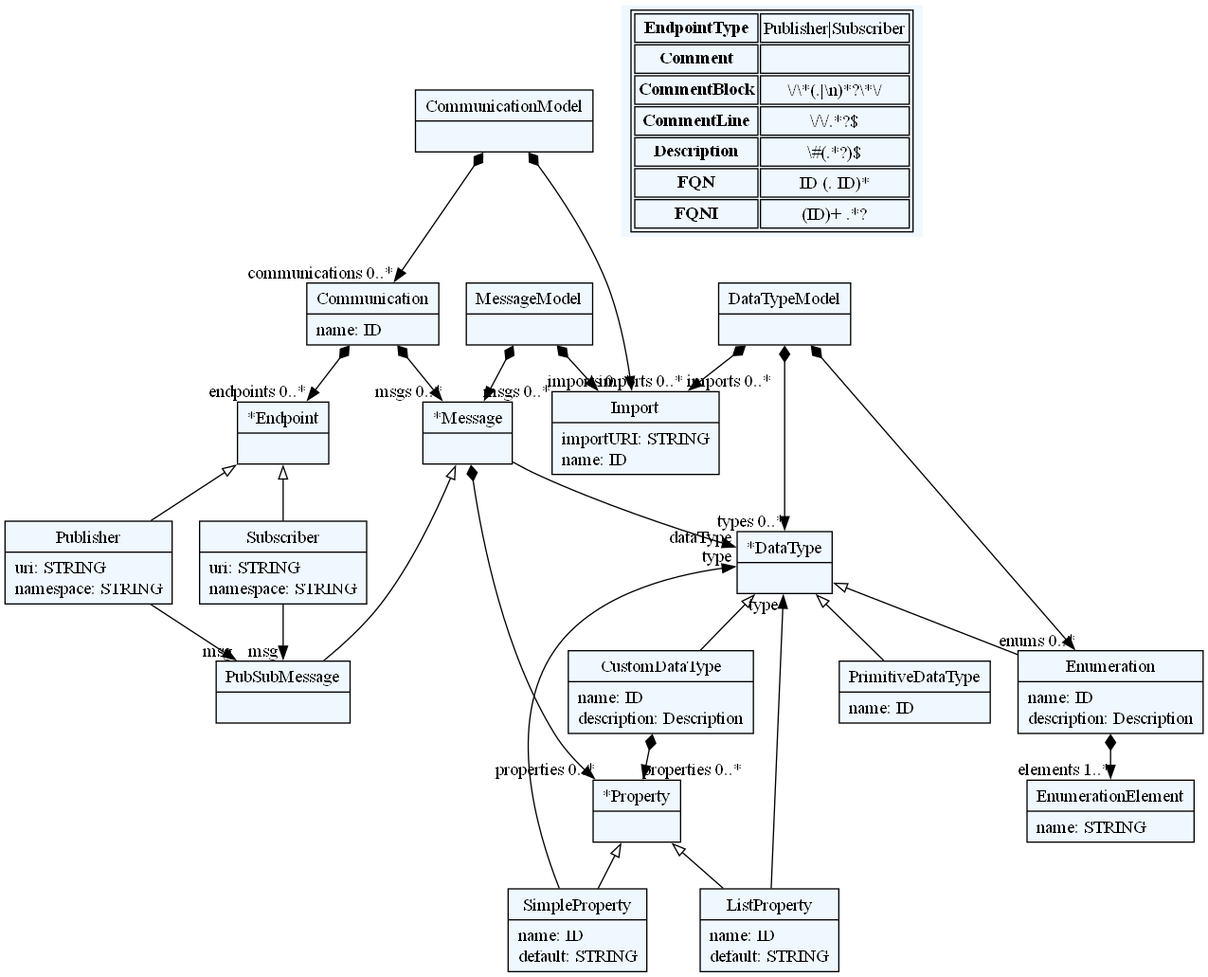
Before: omnisim/grammar/communication.dot.png, a diagram exported from Graphviz (balojohn/thesis). Its source is kept beside it as omnisim/grammar/communication.dot.
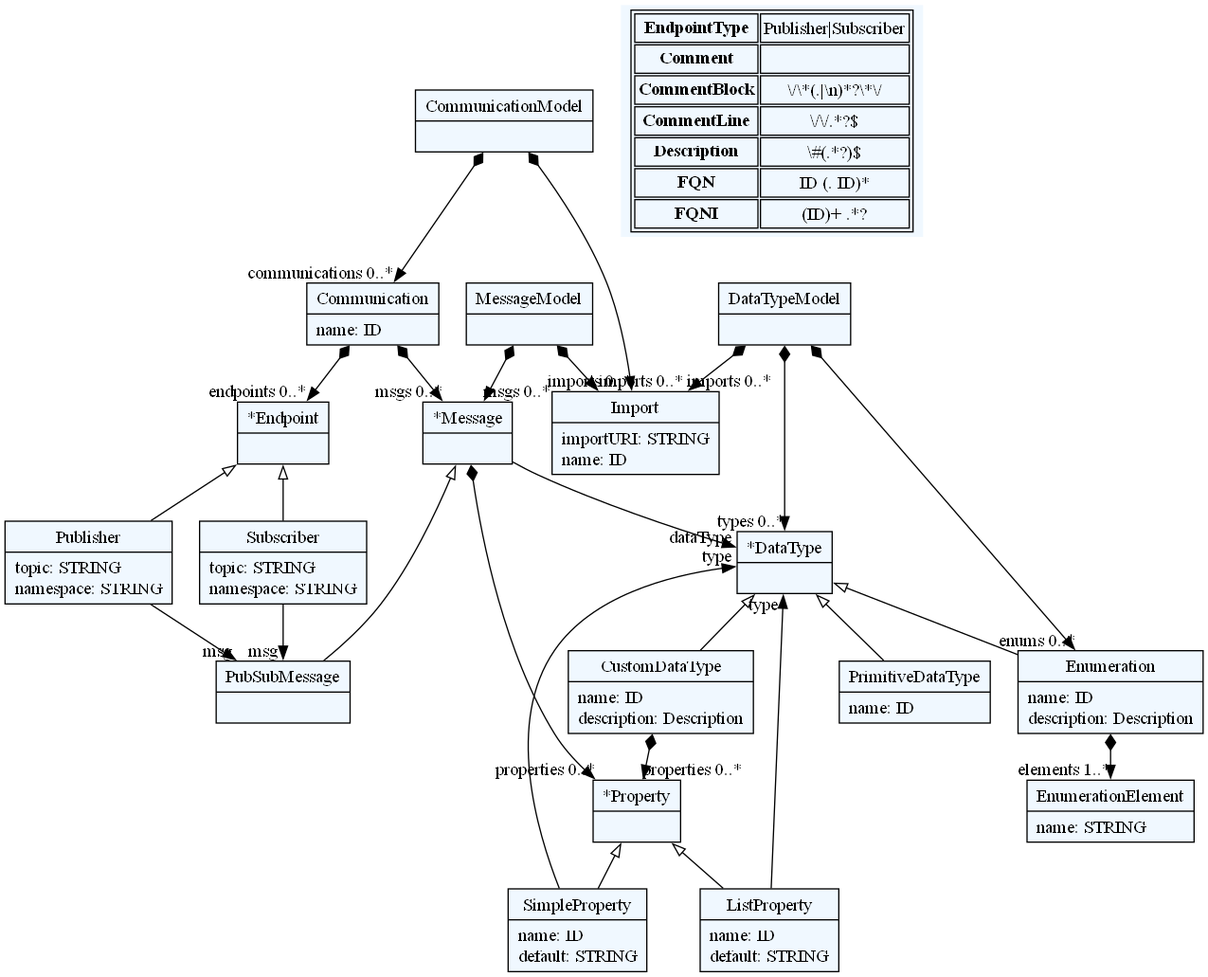
Above is the later version.

Diff of the diagram source:
```diff
@@ -10,69 +10,69 @@
     edge[dir=black,arrowtail=empty]
 
 
-2620165772960[ label="{CommunicationModel|}"]
+2199090417056[ label="{CommunicationModel|}"]
 
-2620165769648[ label="{Communication|name: ID\l}"]
+2199090421232[ label="{Communication|name: ID\l}"]
 
-2620165769120[ label="{*Endpoint|}"]
+2199090424064[ label="{*Endpoint|}"]
 
-2620165778576[ label="{Publisher|uri: STRING\lnamespace: STRING\l}"]
+2199053269184[ label="{Publisher|topic: STRING\lnamespace: STRING\l}"]
 
-2620165779296[ label="{Subscriber|uri: STRING\lnamespace: STRING\l}"]
+2199057324496[ label="{Subscriber|topic: STRING\lnamespace: STRING\l}"]
 
-2620165862176[ label="{DataTypeModel|}"]
+2199090509296[ label="{DataTypeModel|}"]
 
-2620165863232[ label="{*DataType|}"]
+2199090509104[ label="{*DataType|}"]
 
-2620165860208[ label="{CustomDataType|name: ID\ldescription: Description\l}"]
+2199090508288[ label="{CustomDataType|name: ID\ldescription: Description\l}"]
 
-2620165860352[ label="{*Property|}"]
+2199090506800[ label="{*Property|}"]
 
-2620165860304[ label="{SimpleProperty|name: ID\ldefault: STRING\l}"]
+2199090506896[ label="{SimpleProperty|name: ID\ldefault: STRING\l}"]
 
-2620165780016[ label="{ListProperty|name: ID\ldefault: STRING\l}"]
+2199090506992[ label="{ListProperty|name: ID\ldefault: STRING\l}"]
 
-2620165860544[ label="{Enumeration|name: ID\ldescription: Description\l}"]
+2199090506944[ label="{Enumeration|name: ID\ldescription: Description\l}"]
 
-2620165860592[ label="{EnumerationElement|name: STRING\l}"]
+2199090507184[ label="{EnumerationElement|name: STRING\l}"]
 
-2620165860688[ label="{PrimitiveDataType|name: ID\l}"]
+2199090507232[ label="{PrimitiveDataType|name: ID\l}"]
 
-2620165860976[ label="{Import|importURI: STRING\lname: ID\l}"]
+2199090507520[ label="{Import|importURI: STRING\lname: ID\l}"]
 
-2620165862464[ label="{MessageModel|}"]
+2199090507808[ label="{MessageModel|}"]
 
-2620165861408[ label="{*Message|}"]
+2199090509248[ label="{*Message|}"]
 
-2620165862896[ label="{PubSubMessage|}"]
+2199090498016[ label="{PubSubMessage|}"]
 
 
 
-2620165772960 -> 2620165860976[arrowtail=diamond, dir=both, headlabel="imports 0..*"]
-2620165772960 -> 2620165769648[arrowtail=diamond, dir=both, headlabel="communications 0..*"]
-2620165769648 -> 2620165769120[arrowtail=diamond, dir=both, headlabel="endpoints 0..*"]
-2620165769648 -> 2620165861408[arrowtail=diamond, dir=both, headlabel="msgs 0..*"]
-2620165769120 -> 2620165778576 [dir=back]
-2620165769120 -> 2620165779296 [dir=back]
-2620165778576 -> 2620165862896[headlabel="msg "]
-2620165779296 -> 2620165862896[headlabel="msg "]
-2620165862176 -> 2620165860976[arrowtail=diamond, dir=both, headlabel="imports 0..*"]
-2620165862176 -> 2620165863232[arrowtail=diamond, dir=both, headlabel="types 0..*"]
-2620165862176 -> 2620165860544[arrowtail=diamond, dir=both, headlabel="enums 0..*"]
-2620165863232 -> 2620165860688 [dir=back]
-2620165863232 -> 2620165860544 [dir=back]
-2620165863232 -> 2620165860208 [dir=back]
-2620165860208 -> 2620165860352[arrowtail=diamond, dir=both, headlabel="properties 0..*"]
-2620165860352 -> 2620165780016 [dir=back]
-2620165860352 -> 2620165860304 [dir=back]
-2620165860304 -> 2620165863232[headlabel="type "]
-2620165780016 -> 2620165863232[headlabel="type "]
-2620165860544 -> 2620165860592[arrowtail=diamond, dir=both, headlabel="elements 1..*"]
-2620165862464 -> 2620165860976[arrowtail=diamond, dir=both, headlabel="imports 0..*"]
-2620165862464 -> 2620165861408[arrowtail=diamond, dir=both, headlabel="msgs 0..*"]
-2620165861408 -> 2620165860352[arrowtail=diamond, dir=both, headlabel="properties 0..*"]
-2620165861408 -> 2620165863232[headlabel="dataType "]
-2620165861408 -> 2620165862896 [dir=back]
+2199090417056 -> 2199090507520[arrowtail=diamond, dir=both, headlabel="imports 0..*"]
+2199090417056 -> 2199090421232[arrowtail=diamond, dir=both, headlabel="communications 0..*"]
+2199090421232 -> 2199090424064[arrowtail=diamond, dir=both, headlabel="endpoints 0..*"]
+2199090421232 -> 2199090509248[arrowtail=diamond, dir=both, headlabel="msgs 0..*"]
+2199090424064 -> 2199053269184 [dir=back]
+2199090424064 -> 2199057324496 [dir=back]
+2199053269184 -> 2199090498016[headlabel="msg "]
+2199057324496 -> 2199090498016[headlabel="msg "]
+2199090509296 -> 2199090507520[arrowtail=diamond, dir=both, headlabel="imports 0..*"]
+2199090509296 -> 2199090509104[arrowtail=diamond, dir=both, headlabel="types 0..*"]
+2199090509296 -> 2199090506944[arrowtail=diamond, dir=both, headlabel="enums 0..*"]
+2199090509104 -> 2199090507232 [dir=back]
+2199090509104 -> 2199090506944 [dir=back]
+2199090509104 -> 2199090508288 [dir=back]
+2199090508288 -> 2199090506800[arrowtail=diamond, dir=both, headlabel="properties 0..*"]
+2199090506800 -> 2199090506992 [dir=back]
+2199090506800 -> 2199090506896 [dir=back]
+2199090506896 -> 2199090509104[headlabel="type "]
+2199090506992 -> 2199090509104[headlabel="type "]
+2199090506944 -> 2199090507184[arrowtail=diamond, dir=both, headlabel="elements 1..*"]
+2199090507808 -> 2199090507520[arrowtail=diamond, dir=both, headlabel="imports 0..*"]
+2199090507808 -> 2199090509248[arrowtail=diamond, dir=both, headlabel="msgs 0..*"]
+2199090509248 -> 2199090506800[arrowtail=diamond, dir=both, headlabel="properties 0..*"]
+2199090509248 -> 2199090509104[headlabel="dataType "]
+2199090509248 -> 2199090498016 [dir=back]
 match_rules [ shape=plaintext, label=< <table>
 	<tr>
 		<td><b>EndpointType</b></td><td>Publisher|Subscriber</td>
```
